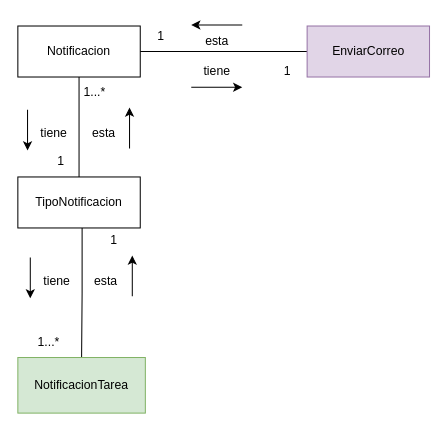
Before: page "AnemicModelNotifications" (5 of 13) of CoTasker_BoundedContext.drawio in Migue1409-KP/DOO-working-group, a draw.io diagram. Source tidied: cells renumbered, new cells numbered last; positions are measured from the earlier drawing's top-left corner, leaving out a move shared by most shapes. Both pictures are drawn from the tidied source at 102%, with x=0, y=0 at pixel (17, 20).
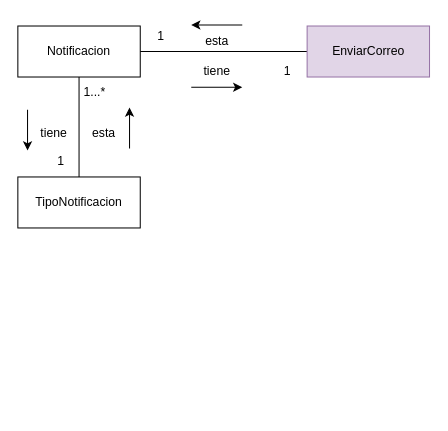
The same page after the edit.

Unchanged cells that the change refers to:
```xml
<mxCell id="5" value="TipoNotificacion" style="rounded=0;whiteSpace=wrap;html=1;" parent="1" vertex="1">
  <mxGeometry y="153" width="120" height="50" as="geometry" />
</mxCell>
```

Diff of the diagram source:
```diff
@@
-    <mxCell id="4" style="edgeStyle=orthogonalEdgeStyle;rounded=0;jettySize=auto;html=1;entryX=0.5;entryY=0;entryDx=0;entryDy=0;endArrow=none;endFill=0;" parent="1" edge="1" source="5" target="20">
-      <mxGeometry relative="1" as="geometry">
-        <Array as="points">
-          <mxPoint x="63" y="267" />
-          <mxPoint x="63" y="267" />
-        </Array>
-      </mxGeometry>
-    </mxCell>
@@
-    <mxCell id="20" value="NotificacionTarea" style="rounded=0;whiteSpace=wrap;html=1;fillColor=#d5e8d4;strokeColor=#82b366;" parent="1" vertex="1">
-      <mxGeometry y="330" width="125" height="54.5" as="geometry" />
-    </mxCell>
-    <mxCell id="21" value="tiene&lt;br&gt;" style="text;html=1;align=center;verticalAlign=middle;strokeColor=none;fillColor=none;" parent="1" vertex="1">
-      <mxGeometry x="12.7" y="240" width="50" height="30" as="geometry" />
-    </mxCell>
-    <mxCell id="22" value="esta&lt;br&gt;" style="text;html=1;align=center;verticalAlign=middle;strokeColor=none;fillColor=none;" parent="1" vertex="1">
-      <mxGeometry x="61.2" y="240" width="50" height="30" as="geometry" />
-    </mxCell>
-    <mxCell id="23" style="endArrow=classic;html=1;rounded=0;" parent="1" edge="1">
-      <mxGeometry relative="1" as="geometry">
-        <mxPoint x="112.2" y="270" as="sourcePoint" />
-        <mxPoint x="112.2" y="230" as="targetPoint" />
-      </mxGeometry>
-    </mxCell>
-    <mxCell id="24" style="endArrow=classic;html=1;rounded=0;" parent="1" edge="1">
-      <mxGeometry relative="1" as="geometry">
-        <mxPoint x="12.2" y="232" as="sourcePoint" />
-        <mxPoint x="12.2" y="272" as="targetPoint" />
-      </mxGeometry>
-    </mxCell>
-    <mxCell id="25" value="1&lt;br&gt;" style="text;html=1;align=center;verticalAlign=middle;strokeColor=none;fillColor=none;" parent="1" vertex="1">
-      <mxGeometry x="78.5" y="200" width="30" height="30" as="geometry" />
-    </mxCell>
-    <mxCell id="26" value="1...*" style="text;html=1;align=center;verticalAlign=middle;strokeColor=none;fillColor=none;" parent="1" vertex="1">
-      <mxGeometry x="10" y="300" width="40" height="30" as="geometry" />
-    </mxCell>
```
